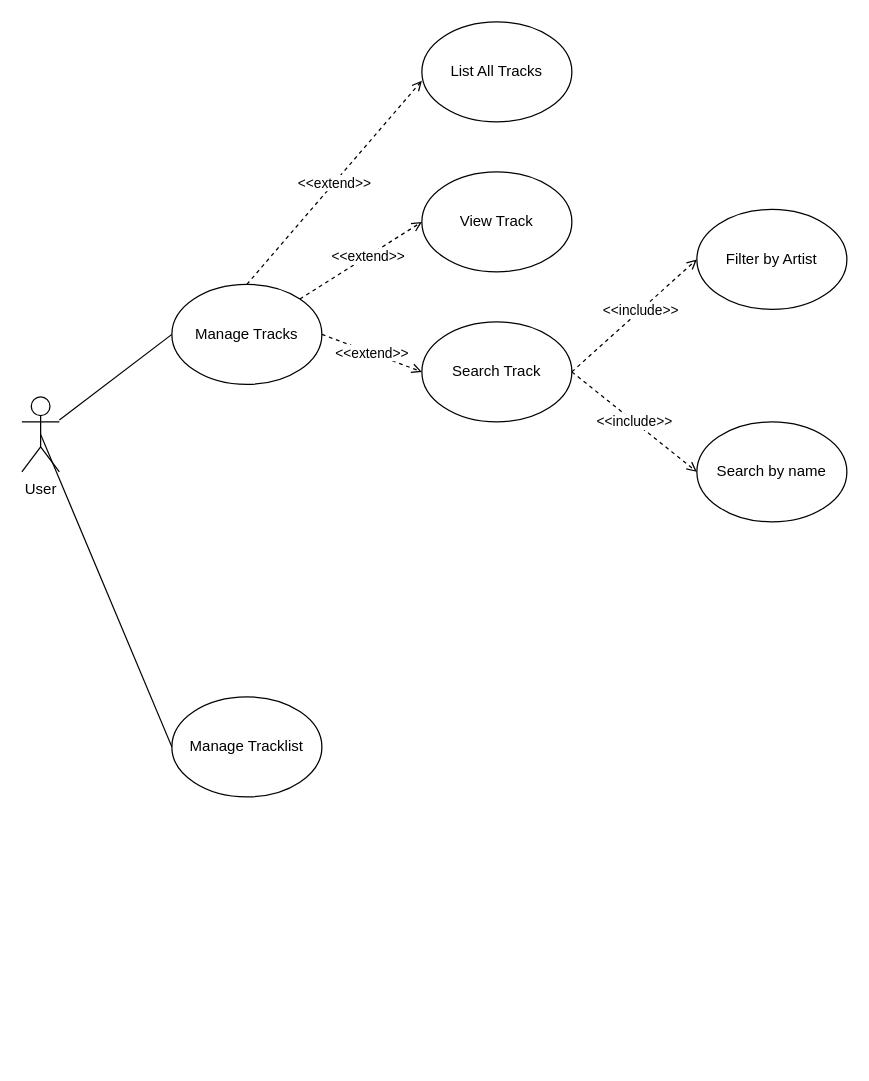
Before: JukeBox/Untitled Diagram.drawio in peterpool-dasherz/oop-new, a draw.io diagram. Source tidied: cells renumbered, new cells numbered last; positions are measured from the earlier drawing's top-left corner, leaving out a move shared by most shapes. Both pictures are drawn from the tidied source at 125%, with x=0, y=0 at pixel (21, 21).
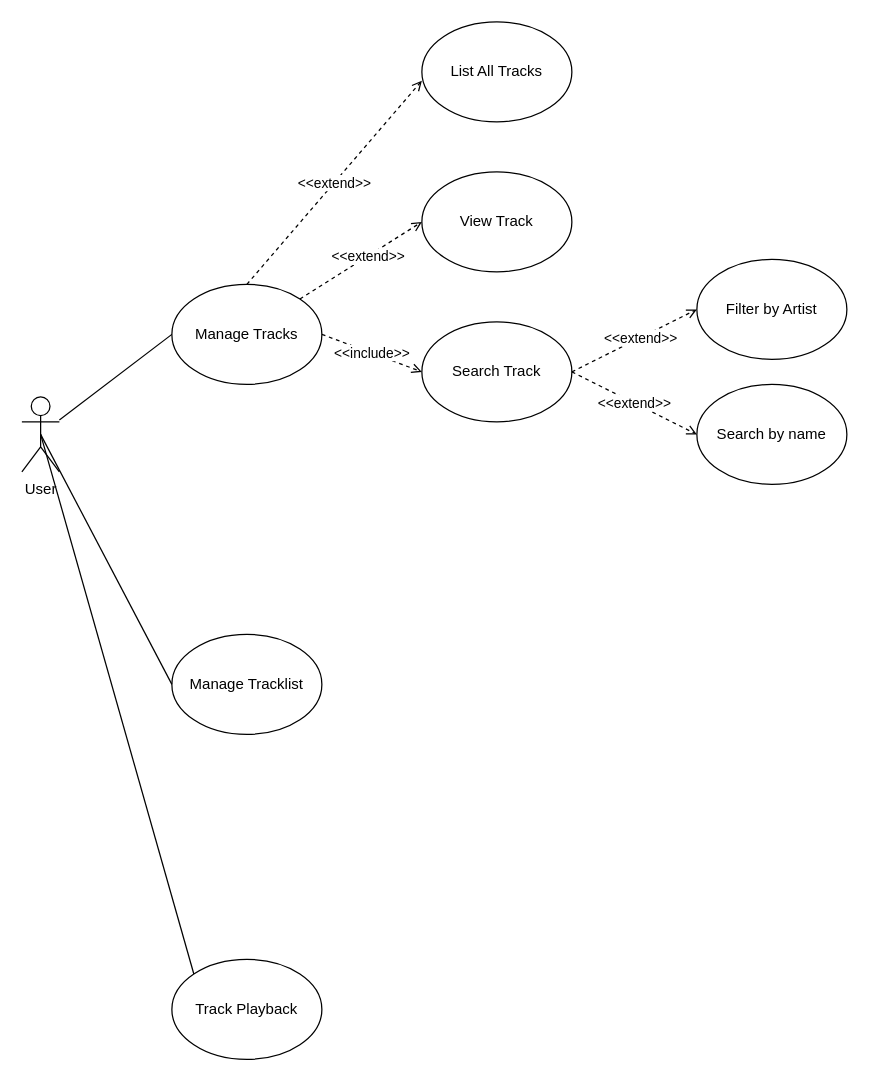
After the change.

The change refers to these unchanged cells:
```xml
<mxCell id="2" value="User&lt;div&gt;&lt;br&gt;&lt;/div&gt;" style="shape=umlActor;verticalLabelPosition=bottom;verticalAlign=top;html=1;outlineConnect=0;" parent="1" vertex="1">
  <mxGeometry y="300" width="30" height="60" as="geometry" />
</mxCell>
<mxCell id="3" value="Manage Tracks" style="ellipse;whiteSpace=wrap;html=1;" parent="1" vertex="1">
  <mxGeometry x="120" y="210" width="120" height="80" as="geometry" />
</mxCell>
<mxCell id="12" value="Search Track" style="ellipse;whiteSpace=wrap;html=1;" parent="1" vertex="1">
  <mxGeometry x="320" y="240" width="120" height="80" as="geometry" />
</mxCell>
<mxCell id="15" style="endArrow=open;dashed=1;html=1;rounded=0;exitX=1;exitY=0.5;exitDx=0;exitDy=0;entryX=0;entryY=0.5;entryDx=0;entryDy=0;endFill=0;" parent="1" edge="1" source="12" target="14">
  <mxGeometry relative="1" as="geometry" />
</mxCell>
```

Change to the diagram source:
```diff
@@
     <mxCell id="4" value="Manage Tracklist" style="ellipse;whiteSpace=wrap;html=1;" parent="1" vertex="1">
-      <mxGeometry x="120" y="540" width="120" height="80" as="geometry" />
+      <mxGeometry x="120" y="490" width="120" height="80" as="geometry" />
     </mxCell>
@@
-    <mxCell id="13" value="&amp;lt;&amp;lt;extend&amp;gt;&amp;gt;" style="endArrow=open;dashed=1;html=1;rounded=0;exitX=1;exitY=0.5;exitDx=0;exitDy=0;entryX=0;entryY=0.5;entryDx=0;entryDy=0;endFill=0;" parent="1" edge="1" source="3" target="12">
+    <mxCell id="13" value="&amp;lt;&amp;lt;include&amp;gt;&amp;gt;" style="endArrow=open;dashed=1;html=1;rounded=0;exitX=1;exitY=0.5;exitDx=0;exitDy=0;entryX=0;entryY=0.5;entryDx=0;entryDy=0;endFill=0;" parent="1" edge="1" source="3" target="12">
       <mxGeometry relative="1" as="geometry" />
     </mxCell>
     <mxCell id="14" value="Filter by Artist" style="ellipse;whiteSpace=wrap;html=1;" parent="1" vertex="1">
-      <mxGeometry x="540" y="150" width="120" height="80" as="geometry" />
+      <mxGeometry x="540" y="190" width="120" height="80" as="geometry" />
     </mxCell>
@@
-    <mxCell id="16" value="&amp;lt;&amp;lt;include&amp;gt;&amp;gt;" style="edgeLabel;html=1;align=center;verticalAlign=middle;" parent="15" vertex="1">
+    <mxCell id="16" value="&amp;lt;&amp;lt;extend&amp;gt;&amp;gt;" style="edgeLabel;html=1;align=center;verticalAlign=middle;" parent="15" vertex="1">
       <mxGeometry x="0.08" y="1" relative="1" as="geometry">
         <mxPoint x="1" as="offset" />
       </mxGeometry>
     </mxCell>
     <mxCell id="17" value="Search by name" style="ellipse;whiteSpace=wrap;html=1;" parent="1" vertex="1">
-      <mxGeometry x="540" y="320" width="120" height="80" as="geometry" />
+      <mxGeometry x="540" y="290" width="120" height="80" as="geometry" />
     </mxCell>
-    <mxCell id="18" value="&amp;lt;&amp;lt;include&amp;gt;&amp;gt;" style="endArrow=open;dashed=1;html=1;rounded=0;exitX=1;exitY=0.5;exitDx=0;exitDy=0;entryX=0;entryY=0.5;entryDx=0;entryDy=0;endFill=0;" parent="1" edge="1" source="12" target="17">
+    <mxCell id="18" value="&amp;lt;&amp;lt;extend&amp;gt;&amp;gt;" style="endArrow=open;dashed=1;html=1;rounded=0;exitX=1;exitY=0.5;exitDx=0;exitDy=0;entryX=0;entryY=0.5;entryDx=0;entryDy=0;endFill=0;" parent="1" edge="1" source="12" target="17">
       <mxGeometry relative="1" as="geometry" />
     </mxCell>
+    <mxCell id="19" value="Track Playback" style="ellipse;whiteSpace=wrap;html=1;" parent="1" vertex="1">
+      <mxGeometry x="120" y="750" width="120" height="80" as="geometry" />
+    </mxCell>
+    <mxCell id="20" style="endArrow=none;html=1;rounded=0;exitX=0.5;exitY=0.5;exitDx=0;exitDy=0;exitPerimeter=0;entryX=0;entryY=0;entryDx=0;entryDy=0;" parent="1" edge="1" source="2" target="19">
+      <mxGeometry relative="1" as="geometry" />
+    </mxCell>
```
